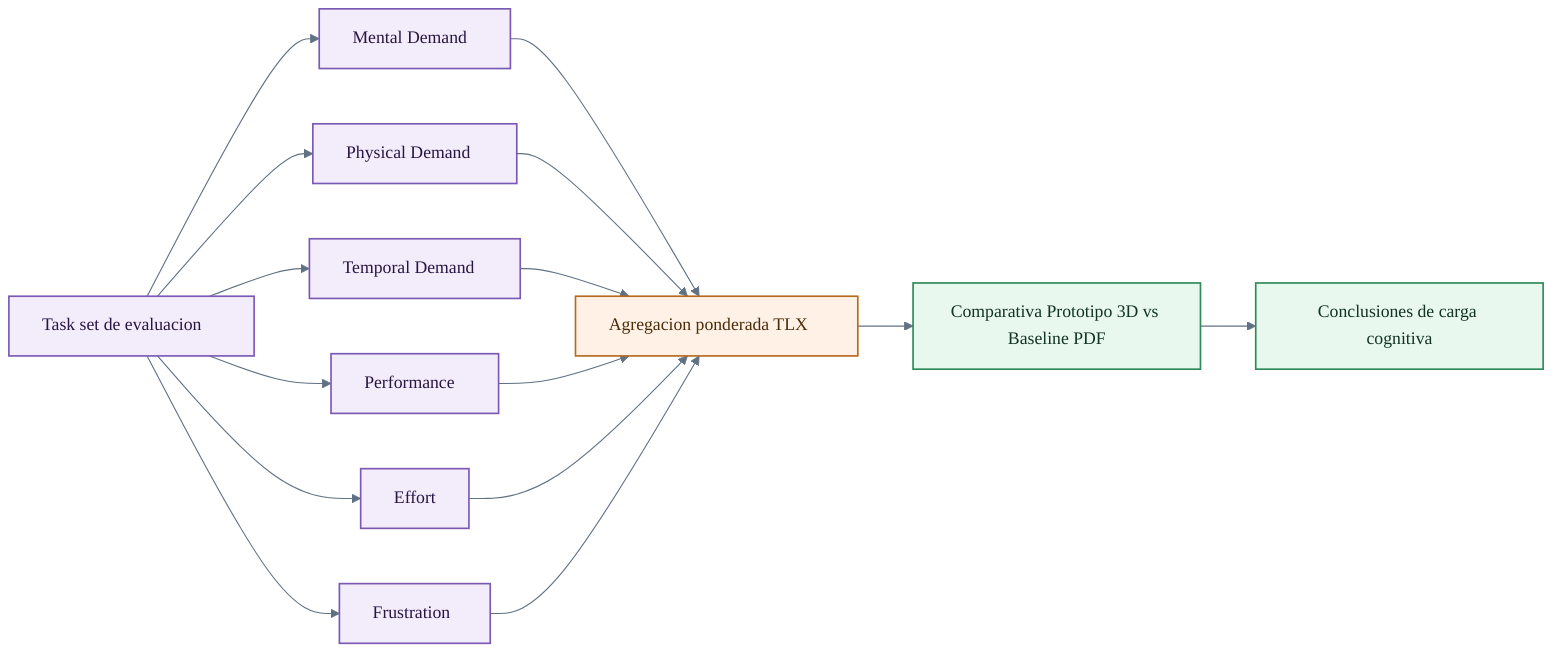
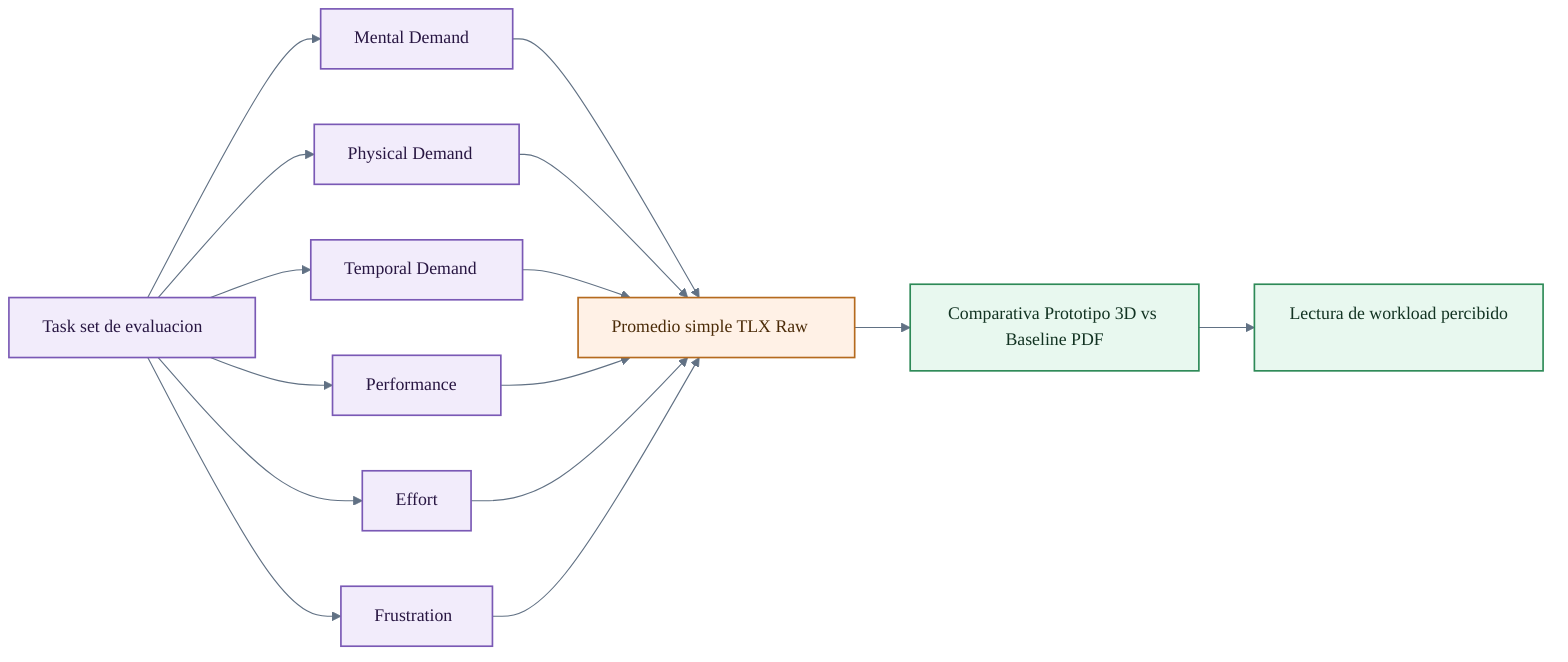
﻿%%{init: {'theme':'base','themeVariables': {
  'fontFamily':'Trebuchet MS, Segoe UI, sans-serif',
  'background':'#fcfcf8',
  'primaryColor':'#f5f7fb',
  'primaryTextColor':'#102033',
  'primaryBorderColor':'#4a6fa5',
  'lineColor':'#617184',
  'textColor':'#102033',
  'edgeLabelBackground':'#f7f9fc'
}}}%%
flowchart LR
  T[Task set de evaluacion]
  N1[Mental Demand]
  N2[Physical Demand]
  N3[Temporal Demand]
  N4[Performance]
  N5[Effort]
  N6[Frustration]
-   AG[Agregacion ponderada TLX]
+   AG[Promedio simple TLX Raw]
  CMP[Comparativa Prototipo 3D vs Baseline PDF]
-   COG[Conclusiones de carga cognitiva]
+   COG[Lectura de workload percibido]

  T --> N1
  T --> N2
  T --> N3
  T --> N4
  T --> N5
  T --> N6

  N1 --> AG
  N2 --> AG
  N3 --> AG
  N4 --> AG
  N5 --> AG
  N6 --> AG

  AG --> CMP --> COG

  classDef ui fill:#eaf2fb,stroke:#3b6ea5,color:#102033,stroke-width:1.5px;
  classDef orch fill:#e9f7ef,stroke:#2f7d4c,color:#10311c,stroke-width:2px;
  classDef svc fill:#fff1e6,stroke:#b56a1e,color:#4b2b08,stroke-width:1.5px;
  classDef data fill:#f2ecfb,stroke:#7a59b5,color:#281642,stroke-width:1.5px;
  classDef event fill:#f7e9fa,stroke:#a44fb3,color:#45154a,stroke-width:1.5px;
  classDef state fill:#e7f6f7,stroke:#21797a,color:#123536,stroke-width:1.5px;
  classDef risk fill:#fdeaea,stroke:#c23b3b,color:#5a1515,stroke-width:2px;
  classDef mitigation fill:#edf3ff,stroke:#5877c6,color:#1b2d57,stroke-width:1.5px;
  classDef result fill:#e8f8ef,stroke:#2d8a57,color:#123322,stroke-width:1.5px;
  classDef neutral fill:#f3f5f7,stroke:#677788,color:#17212b,stroke-width:1.5px;

  class T,N1,N2,N3,N4,N5,N6 data;
  class AG svc;
  class CMP,COG result;


